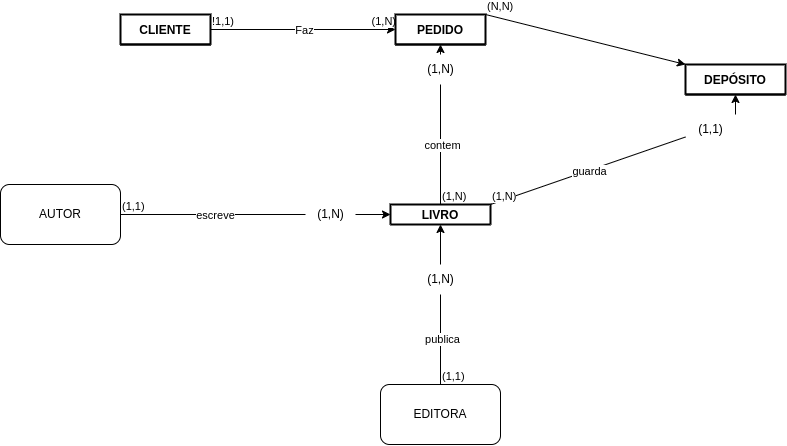
This is Banco_de_Dados/Q2TRAB.drawio.png from EdinilsonSousa/cods_aleatorios, a draw.io export, as it was before one commit. Source tidied: cells renumbered, new cells last; positions are measured from the earlier drawing's top-left corner, leaving out a move shared by most shapes.
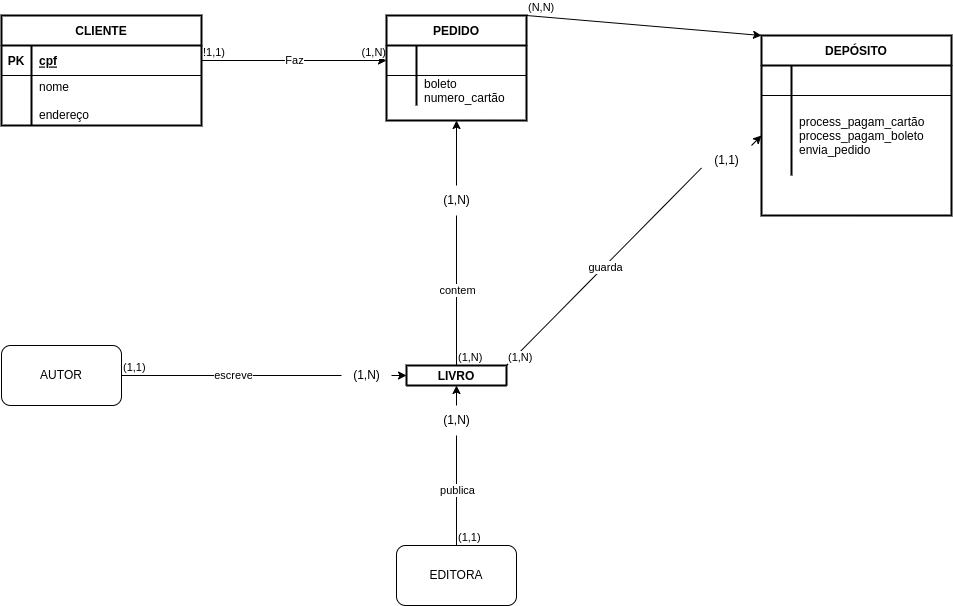
Later version of the same file.

Diff of the diagram source:
```diff
@@ -2,35 +2,92 @@
   <root>
     <mxCell id="0" />
     <mxCell id="1" parent="0" />
-    <mxCell id="2" value="CLIENTE" style="shape=table;startSize=30;rowLines=0;fontStyle=1;align=center;strokeWidth=2;" parent="1" vertex="1" collapsed="1">
-      <mxGeometry x="120" width="90" height="30" as="geometry" />
+    <mxCell id="2" value="CLIENTE" style="shape=table;startSize=30;rowLines=0;fontStyle=1;align=center;strokeWidth=2;" parent="1" vertex="1">
+      <mxGeometry x="-15" y="-10" width="200" height="110" as="geometry" />
     </mxCell>
+    <mxCell id="33" style="shape=partialRectangle;fillColor=none;points=[[0,0.5],[1,0.5]];portConstraint=eastwest;top=0;left=0;right=0;bottom=1;" parent="2" vertex="1">
+      <mxGeometry y="30" width="200" height="30" as="geometry" />
+    </mxCell>
+    <mxCell id="34" value="PK" style="shape=partialRectangle;overflow=hidden;fillColor=none;top=0;left=0;bottom=0;right=0;fontStyle=1;" parent="33" vertex="1">
+      <mxGeometry width="30" height="30" as="geometry" />
+    </mxCell>
+    <mxCell id="35" value="cpf" style="shape=partialRectangle;overflow=hidden;fillColor=none;top=0;left=0;bottom=0;right=0;align=left;spacingLeft=6;fontStyle=5;" parent="33" vertex="1">
+      <mxGeometry x="30" width="170" height="30" as="geometry" />
+    </mxCell>
+    <mxCell id="36" style="shape=partialRectangle;fillColor=none;top=0;left=0;right=0;bottom=0;" parent="2" vertex="1">
+      <mxGeometry y="60" width="200" height="50" as="geometry" />
+    </mxCell>
+    <mxCell id="37" style="shape=partialRectangle;overflow=hidden;fillColor=none;top=0;left=0;bottom=0;right=0;" parent="36" vertex="1">
+      <mxGeometry width="30" height="50" as="geometry" />
+    </mxCell>
+    <mxCell id="38" value="nome&#10;&#10;endereço" style="shape=partialRectangle;overflow=hidden;fillColor=none;top=0;left=0;bottom=0;right=0;align=left;spacingLeft=6;" parent="36" vertex="1">
+      <mxGeometry x="30" width="170" height="50" as="geometry" />
+    </mxCell>
+    <mxCell id="39" style="endArrow=classic;html=1;rounded=0;exitX=1;exitY=0.5;exitDx=0;exitDy=0;entryX=0;entryY=0.5;entryDx=0;entryDy=0;" parent="1" edge="1" source="33" target="40">
+      <mxGeometry relative="1" as="geometry" />
+    </mxCell>
-    <mxCell id="3" value="Faz" style="edgeLabel;html=1;align=center;verticalAlign=middle;" parent="x" vertex="1">
+    <mxCell id="3" value="Faz" style="edgeLabel;html=1;align=center;verticalAlign=middle;" parent="39" vertex="1">
       <mxGeometry relative="1" as="geometry" />
     </mxCell>
-    <mxCell id="4" value="!1,1)" style="edgeLabel;html=1;align=left;verticalAlign=bottom;" parent="x" vertex="1">
+    <mxCell id="4" value="!1,1)" style="edgeLabel;html=1;align=left;verticalAlign=bottom;" parent="39" vertex="1">
       <mxGeometry x="-1" relative="1" as="geometry" />
     </mxCell>
-    <mxCell id="5" value="(1,N)" style="edgeLabel;html=1;align=right;verticalAlign=bottom;" parent="x" vertex="1">
+    <mxCell id="5" value="(1,N)" style="edgeLabel;html=1;align=right;verticalAlign=bottom;" parent="39" vertex="1">
       <mxGeometry x="1" relative="1" as="geometry" />
     </mxCell>
-    <mxCell id="6" value="PEDIDO" style="shape=table;startSize=30;rowLines=0;fontStyle=1;align=center;strokeWidth=2;" parent="1" vertex="1" collapsed="1">
-      <mxGeometry x="395" width="90" height="30" as="geometry" />
+    <mxCell id="6" value="PEDIDO" style="shape=table;startSize=30;rowLines=0;fontStyle=1;align=center;strokeWidth=2;" parent="1" vertex="1">
+      <mxGeometry x="370" y="-10" width="140" height="105" as="geometry" />
     </mxCell>
+    <mxCell id="40" style="shape=partialRectangle;fillColor=none;points=[[0,0.5],[1,0.5]];portConstraint=eastwest;top=0;left=0;right=0;bottom=1;" parent="6" vertex="1">
+      <mxGeometry y="30" width="140" height="30" as="geometry" />
+    </mxCell>
+    <mxCell id="41" style="shape=partialRectangle;overflow=hidden;fillColor=none;top=0;left=0;bottom=0;right=0;fontStyle=1;" parent="40" vertex="1">
+      <mxGeometry width="30" height="30" as="geometry" />
+    </mxCell>
+    <mxCell id="42" style="shape=partialRectangle;overflow=hidden;fillColor=none;top=0;left=0;bottom=0;right=0;align=left;spacingLeft=6;fontStyle=5;" parent="40" vertex="1">
+      <mxGeometry x="30" width="110" height="30" as="geometry" />
+    </mxCell>
+    <mxCell id="43" style="shape=partialRectangle;fillColor=none;top=0;left=0;right=0;bottom=0;" parent="6" vertex="1">
+      <mxGeometry y="60" width="140" height="30" as="geometry" />
+    </mxCell>
+    <mxCell id="44" style="shape=partialRectangle;overflow=hidden;fillColor=none;top=0;left=0;bottom=0;right=0;" parent="43" vertex="1">
+      <mxGeometry width="30" height="30" as="geometry" />
+    </mxCell>
+    <mxCell id="45" value="boleto&#10;numero_cartão" style="shape=partialRectangle;overflow=hidden;fillColor=none;top=0;left=0;bottom=0;right=0;align=left;spacingLeft=6;" parent="43" vertex="1">
+      <mxGeometry x="30" width="110" height="30" as="geometry" />
+    </mxCell>
-    <mxCell id="7" value="DEPÓSITO" style="shape=table;startSize=30;rowLines=0;fontStyle=1;align=center;strokeWidth=2;" parent="1" vertex="1" collapsed="1">
-      <mxGeometry x="685" y="50" width="100" height="30" as="geometry" />
+    <mxCell id="7" value="DEPÓSITO" style="shape=table;startSize=30;rowLines=0;fontStyle=1;align=center;strokeWidth=2;" parent="1" vertex="1">
+      <mxGeometry x="745" y="10" width="190" height="180" as="geometry" />
     </mxCell>
+    <mxCell id="46" style="shape=partialRectangle;fillColor=none;top=0;left=0;right=0;bottom=1;" parent="7" vertex="1">
+      <mxGeometry y="30" width="190" height="30" as="geometry" />
+    </mxCell>
+    <mxCell id="47" style="shape=partialRectangle;overflow=hidden;fillColor=none;top=0;left=0;bottom=0;right=0;fontStyle=1;" parent="46" vertex="1">
+      <mxGeometry width="30" height="30" as="geometry" />
+    </mxCell>
+    <mxCell id="48" style="shape=partialRectangle;overflow=hidden;fillColor=none;top=0;left=0;bottom=0;right=0;align=left;spacingLeft=6;fontStyle=5;" parent="46" vertex="1">
+      <mxGeometry x="30" width="160" height="30" as="geometry" />
+    </mxCell>
+    <mxCell id="49" style="shape=partialRectangle;fillColor=none;points=[[0,0.5],[1,0.5]];portConstraint=eastwest;top=0;left=0;right=0;bottom=0;" parent="7" vertex="1">
+      <mxGeometry y="60" width="190" height="80" as="geometry" />
+    </mxCell>
+    <mxCell id="50" style="shape=partialRectangle;overflow=hidden;fillColor=none;top=0;left=0;bottom=0;right=0;" parent="49" vertex="1">
+      <mxGeometry width="30" height="80" as="geometry" />
+    </mxCell>
+    <mxCell id="51" value="process_pagam_cartão&#10;process_pagam_boleto&#10;envia_pedido" style="shape=partialRectangle;overflow=hidden;fillColor=none;top=0;left=0;bottom=0;right=0;align=left;spacingLeft=6;" parent="49" vertex="1">
+      <mxGeometry x="30" width="160" height="80" as="geometry" />
+    </mxCell>
     <mxCell id="8" style="endArrow=classic;html=1;rounded=0;exitX=1;exitY=0;exitDx=0;exitDy=0;entryX=0;entryY=0;entryDx=0;entryDy=0;" parent="1" edge="1" source="6" target="7">
       <mxGeometry relative="1" as="geometry" />
     </mxCell>
     <mxCell id="9" value="(N,N)" style="edgeLabel;html=1;align=left;verticalAlign=bottom;" parent="8" vertex="1">
       <mxGeometry x="-1" relative="1" as="geometry" />
     </mxCell>
-    <mxCell id="10" style="endArrow=classic;html=1;rounded=0;entryX=0.5;entryY=1;entryDx=0;entryDy=0;exitX=1;exitY=0;exitDx=0;exitDy=0;startArrow=none;" parent="1" edge="1" source="21" target="7">
+    <mxCell id="10" style="endArrow=classic;html=1;rounded=0;entryX=0;entryY=0.5;entryDx=0;entryDy=0;exitX=1;exitY=0;exitDx=0;exitDy=0;startArrow=none;" parent="1" edge="1" source="21" target="49">
       <mxGeometry relative="1" as="geometry" />
     </mxCell>
     <mxCell id="11" value="LIVRO" style="shape=table;startSize=20;rowLines=0;fontStyle=1;align=center;strokeWidth=2;rounded=1;" parent="1" vertex="1" collapsed="1">
-      <mxGeometry x="390" y="190" width="100" height="20" as="geometry" />
+      <mxGeometry x="390" y="340" width="100" height="20" as="geometry" />
     </mxCell>
     <mxCell id="12" style="endArrow=classic;html=1;rounded=0;entryX=0.5;entryY=1;entryDx=0;entryDy=0;exitX=0.5;exitY=0;exitDx=0;exitDy=0;startArrow=none;" parent="1" edge="1" source="17" target="6">
       <mxGeometry relative="1" as="geometry" />
@@ -39,16 +96,16 @@
       <mxGeometry relative="1" as="geometry" />
     </mxCell>
     <mxCell id="14" value="EDITORA" style="rounded=1;whiteSpace=wrap;html=1;" parent="1" vertex="1">
-      <mxGeometry x="380" y="370" width="120" height="60" as="geometry" />
+      <mxGeometry x="380" y="520" width="120" height="60" as="geometry" />
     </mxCell>
     <mxCell id="15" style="endArrow=classic;html=1;rounded=0;entryX=0;entryY=0.5;entryDx=0;entryDy=0;exitX=1;exitY=0.5;exitDx=0;exitDy=0;startArrow=none;" parent="1" edge="1" source="29" target="11">
       <mxGeometry relative="1" as="geometry" />
     </mxCell>
     <mxCell id="16" value="AUTOR" style="rounded=1;whiteSpace=wrap;html=1;" parent="1" vertex="1">
-      <mxGeometry y="170" width="120" height="60" as="geometry" />
+      <mxGeometry x="-15" y="320" width="120" height="60" as="geometry" />
     </mxCell>
     <mxCell id="17" value="(1,N)" style="text;html=1;align=center;verticalAlign=middle;points=[];strokeColor=none;fillColor=none;" parent="1" vertex="1">
-      <mxGeometry x="415" y="40" width="50" height="30" as="geometry" />
+      <mxGeometry x="415" y="160" width="50" height="30" as="geometry" />
     </mxCell>
     <mxCell id="18" style="endArrow=none;html=1;rounded=0;entryX=0.5;entryY=1;entryDx=0;entryDy=0;exitX=0.5;exitY=0;exitDx=0;exitDy=0;" parent="1" edge="1" source="11" target="17">
       <mxGeometry relative="1" as="geometry" />
@@ -62,7 +119,7 @@
       <mxGeometry x="-1" relative="1" as="geometry" />
     </mxCell>
     <mxCell id="21" value="(1,1)" style="text;html=1;align=center;verticalAlign=middle;points=[];strokeColor=none;fillColor=none;" parent="1" vertex="1">
-      <mxGeometry x="685" y="100" width="50" height="30" as="geometry" />
+      <mxGeometry x="685" y="120" width="50" height="30" as="geometry" />
     </mxCell>
     <mxCell id="22" style="endArrow=none;html=1;rounded=0;entryX=0;entryY=0.75;entryDx=0;entryDy=0;exitX=1;exitY=0;exitDx=0;exitDy=0;" parent="1" edge="1" source="11" target="21">
       <mxGeometry relative="1" as="geometry" />
@@ -76,7 +133,7 @@
       <mxGeometry x="-1" relative="1" as="geometry" />
     </mxCell>
     <mxCell id="25" value="(1,N)" style="text;html=1;align=center;verticalAlign=middle;points=[];strokeColor=none;fillColor=none;" parent="1" vertex="1">
-      <mxGeometry x="415" y="250" width="50" height="30" as="geometry" />
+      <mxGeometry x="415" y="380" width="50" height="30" as="geometry" />
     </mxCell>
     <mxCell id="26" style="endArrow=none;html=1;rounded=0;entryX=0.5;entryY=1;entryDx=0;entryDy=0;exitX=0.5;exitY=0;exitDx=0;exitDy=0;" parent="1" edge="1" source="14" target="25">
       <mxGeometry relative="1" as="geometry" />
@@ -90,7 +147,7 @@
       <mxGeometry x="-1" relative="1" as="geometry" />
     </mxCell>
     <mxCell id="29" value="(1,N)" style="text;html=1;align=center;verticalAlign=middle;points=[];strokeColor=none;fillColor=none;" parent="1" vertex="1">
-      <mxGeometry x="305" y="185" width="50" height="30" as="geometry" />
+      <mxGeometry x="325" y="335" width="50" height="30" as="geometry" />
     </mxCell>
     <mxCell id="30" style="endArrow=none;html=1;rounded=0;entryX=0;entryY=0.5;entryDx=0;entryDy=0;exitX=1;exitY=0.5;exitDx=0;exitDy=0;" parent="1" edge="1" source="16" target="29">
       <mxGeometry relative="1" as="geometry" />
```
